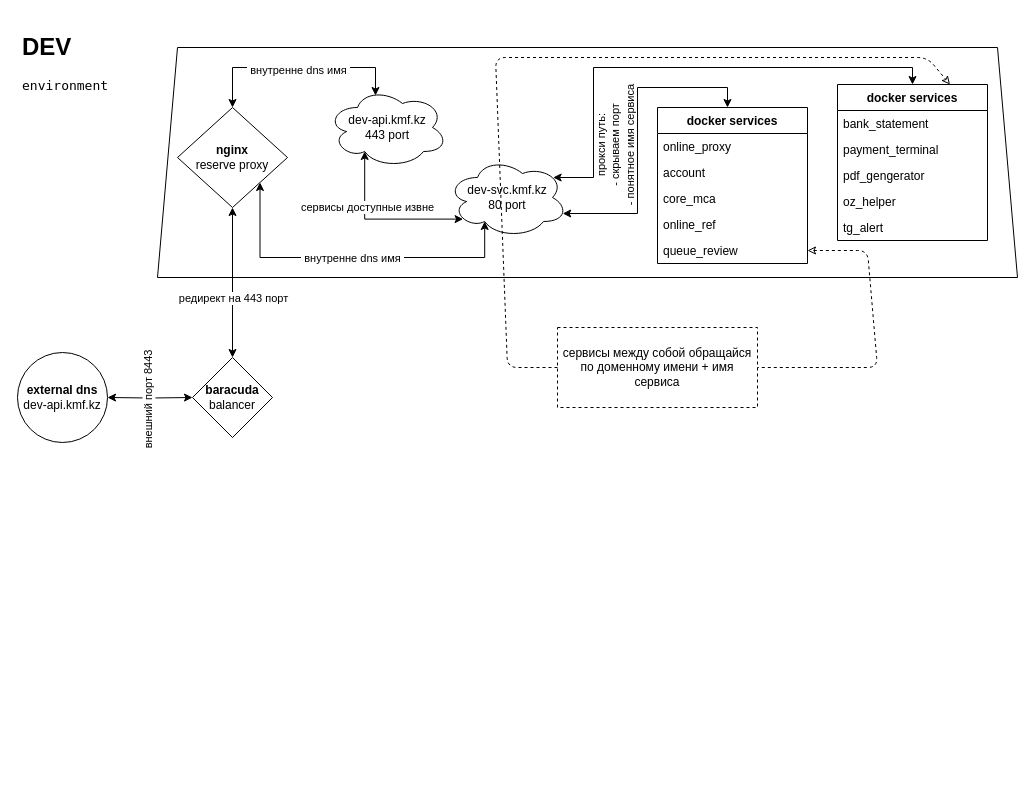
rzaripov1990/drawio keeps this draw.io diagram as dev.drawio. Above is the earlier version. Source tidied: cells renumbered, new cells numbered last; positions are measured from the earlier drawing's top-left corner, leaving out a move shared by most shapes. Both pictures are drawn from the tidied source at 100%, with x=0, y=0 at pixel (17, 27).
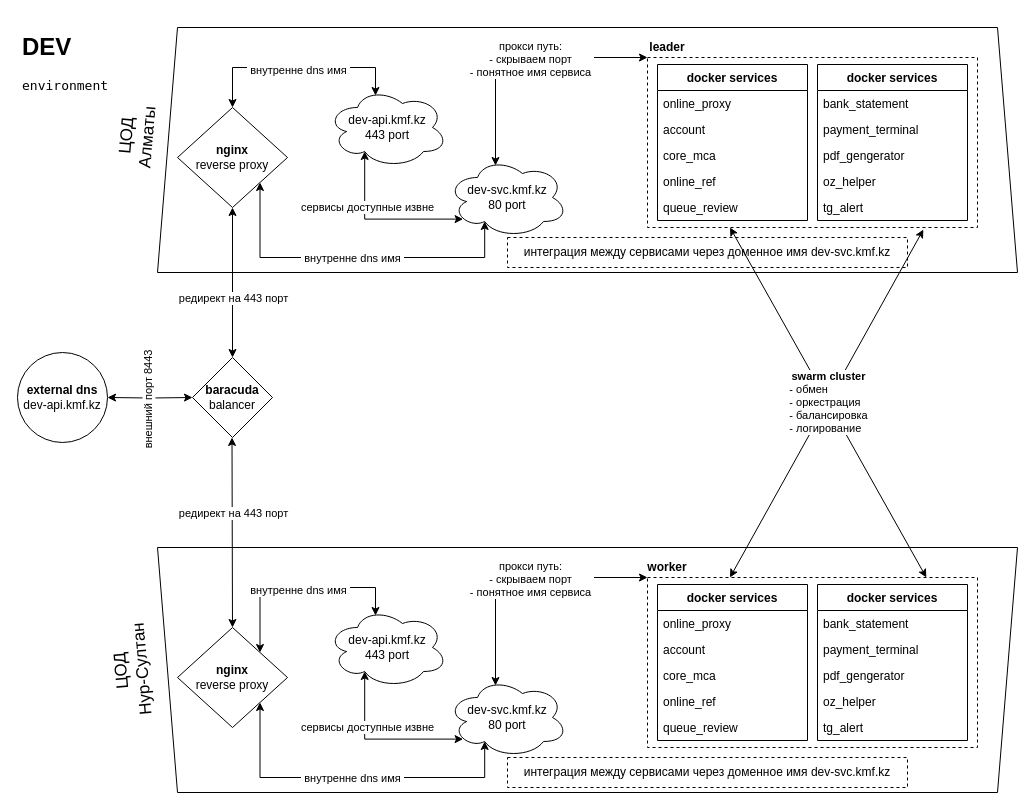
The same diagram, later.

The change refers to these unchanged cells:
```xml
<mxCell id="20" value="&lt;span&gt;dev-svc.kmf.kz&lt;br&gt;&lt;/span&gt;80 port" style="ellipse;shape=cloud;whiteSpace=wrap;html=1;" parent="1" vertex="1">
  <mxGeometry x="430" y="130" width="120" height="80" as="geometry" />
</mxCell>
<mxCell id="26" value="queue_review" style="text;strokeColor=none;fillColor=none;align=left;verticalAlign=top;spacingLeft=4;spacingRight=4;overflow=hidden;points=[[0,0.5],[1,0.5]];portConstraint=eastwest;" parent="21" vertex="1">
  <mxGeometry y="130" width="150" height="26" as="geometry" />
</mxCell>
```

Change to the diagram source:
```diff
@@
+    <mxCell id="7" style="shape=trapezoid;perimeter=trapezoidPerimeter;whiteSpace=wrap;html=1;fixedSize=1;" parent="1" vertex="1">
+      <mxGeometry x="140" width="860" height="245" as="geometry" />
+    </mxCell>
+    <mxCell id="37" style="rounded=0;whiteSpace=wrap;html=1;shadow=0;glass=0;dashed=1;sketch=0;strokeColor=#000000;fillColor=none;gradientColor=none;align=left;verticalAlign=top;" parent="1" vertex="1">
+      <mxGeometry x="630" y="30" width="330" height="170" as="geometry" />
+    </mxCell>
@@
-    <mxCell id="7" style="shape=trapezoid;perimeter=trapezoidPerimeter;whiteSpace=wrap;html=1;fixedSize=1;" parent="1" vertex="1">
-      <mxGeometry x="140" y="20" width="860" height="230" as="geometry" />
-    </mxCell>
@@
-    <mxCell id="17" value="&lt;b&gt;nginx&lt;/b&gt;&lt;br&gt;&lt;span&gt;reserve proxy&lt;/span&gt;" style="rhombus;whiteSpace=wrap;html=1;" parent="1" vertex="1">
+    <mxCell id="17" value="&lt;b&gt;nginx&lt;/b&gt;&lt;br&gt;&lt;span&gt;reverse proxy&lt;/span&gt;" style="rhombus;whiteSpace=wrap;html=1;" parent="1" vertex="1">
       <mxGeometry x="160" y="80" width="110" height="100" as="geometry" />
     </mxCell>
-    <mxCell id="18" style="edgeStyle=orthogonalEdgeStyle;rounded=0;jettySize=auto;html=1;exitX=0.88;exitY=0.25;exitDx=0;exitDy=0;exitPerimeter=0;entryX=0.5;entryY=0;entryDx=0;entryDy=0;startArrow=classic;startFill=1;" parent="1" edge="1" source="20" target="27">
-      <mxGeometry relative="1" as="geometry">
-        <Array as="points">
-          <mxPoint x="576" y="40" />
-          <mxPoint x="895" y="40" />
-        </Array>
-      </mxGeometry>
-    </mxCell>
-    <mxCell id="19" style="edgeStyle=orthogonalEdgeStyle;rounded=0;jettySize=auto;html=1;exitX=0.96;exitY=0.7;exitDx=0;exitDy=0;exitPerimeter=0;startArrow=classic;startFill=1;" parent="1" edge="1" source="20">
+    <mxCell id="19" style="edgeStyle=orthogonalEdgeStyle;rounded=0;jettySize=auto;html=1;exitX=0.4;exitY=0.1;exitDx=0;exitDy=0;exitPerimeter=0;startArrow=classic;startFill=1;entryX=0;entryY=0;entryDx=0;entryDy=0;" parent="1" edge="1" source="20" target="37">
       <mxGeometry relative="1" as="geometry">
-        <mxPoint x="710" y="80" as="targetPoint" />
         <Array as="points">
-          <mxPoint x="620" y="186" />
-          <mxPoint x="620" y="60" />
-          <mxPoint x="710" y="60" />
+          <mxPoint x="478" y="30" />
         </Array>
       </mxGeometry>
     </mxCell>
+    <mxCell id="38" value="&lt;span&gt;&amp;nbsp;прокси путь:&amp;nbsp;&lt;/span&gt;&lt;br&gt;&lt;span&gt;&amp;nbsp;- скрываем порт&amp;nbsp;&lt;/span&gt;&lt;br&gt;&lt;span&gt;&amp;nbsp;- понятное имя сервиса&amp;nbsp;&lt;/span&gt;" style="edgeLabel;html=1;align=center;verticalAlign=middle;" parent="19" vertex="1">
+      <mxGeometry x="0.05" y="-1" relative="1" as="geometry">
+        <mxPoint x="5" as="offset" />
+      </mxGeometry>
+    </mxCell>
@@
     <mxCell id="21" value="docker services" style="swimlane;fontStyle=1;horizontal=1;startSize=26;" parent="1" vertex="1">
-      <mxGeometry x="640" y="80" width="150" height="156" as="geometry" />
+      <mxGeometry x="640" y="37" width="150" height="156" as="geometry" />
     </mxCell>
@@
     <mxCell id="27" value="docker services" style="swimlane;fontStyle=1;horizontal=1;startSize=26;" parent="1" vertex="1">
-      <mxGeometry x="820" y="57" width="150" height="156" as="geometry" />
+      <mxGeometry x="800" y="37" width="150" height="156" as="geometry" />
     </mxCell>
@@
-    <mxCell id="33" value="&lt;span style=&quot;font-size: 11px ; background-color: rgb(255 , 255 , 255)&quot;&gt;&amp;nbsp;прокси путь:&amp;nbsp;&lt;/span&gt;&lt;br style=&quot;font-size: 11px ; background-color: rgb(255 , 255 , 255)&quot;&gt;&lt;span style=&quot;font-size: 11px ; background-color: rgb(255 , 255 , 255)&quot;&gt;- скрываем порт&lt;/span&gt;&lt;br style=&quot;font-size: 11px ; background-color: rgb(255 , 255 , 255)&quot;&gt;&lt;span style=&quot;font-size: 11px ; background-color: rgb(255 , 255 , 255)&quot;&gt;- понятное имя сервиса&lt;/span&gt;" style="text;html=1;strokeColor=none;fillColor=none;align=center;verticalAlign=middle;whiteSpace=wrap;rounded=0;rotation=-90;" parent="1" vertex="1">
-      <mxGeometry x="500" y="107.5" width="195" height="20" as="geometry" />
-    </mxCell>
-    <mxCell id="34" value="сервисы между собой обращайся по доменному имени + имя сервиса" style="text;html=1;align=center;verticalAlign=middle;whiteSpace=wrap;rounded=0;strokeColor=#000000;dashed=1;" parent="1" vertex="1">
-      <mxGeometry x="540" y="300" width="200" height="80" as="geometry" />
+    <mxCell id="34" value="интеграция между сервисами через доменное имя dev-svc.kmf.kz" style="text;html=1;align=center;verticalAlign=middle;whiteSpace=wrap;rounded=0;strokeColor=#000000;dashed=1;" parent="1" vertex="1">
+      <mxGeometry x="490" y="210" width="400" height="30" as="geometry" />
     </mxCell>
-    <mxCell id="35" style="endArrow=classic;dashed=1;html=1;exitX=0;exitY=0.5;exitDx=0;exitDy=0;entryX=0.75;entryY=0;entryDx=0;entryDy=0;startArrow=none;startFill=0;endFill=0;" parent="1" edge="1" source="34" target="27">
-      <mxGeometry relative="1" as="geometry">
-        <Array as="points">
-          <mxPoint x="490" y="340" />
-          <mxPoint x="478" y="30" />
-          <mxPoint x="910" y="30" />
-        </Array>
-      </mxGeometry>
-    </mxCell>
-    <mxCell id="36" style="endArrow=none;dashed=1;html=1;entryX=1;entryY=0.5;entryDx=0;entryDy=0;exitX=1;exitY=0.5;exitDx=0;exitDy=0;endFill=0;startArrow=classic;startFill=0;" parent="1" edge="1" source="26" target="34">
-      <mxGeometry relative="1" as="geometry">
-        <Array as="points">
-          <mxPoint x="850" y="223" />
-          <mxPoint x="860" y="340" />
-        </Array>
-      </mxGeometry>
-    </mxCell>
+    <mxCell id="39" value="&lt;b&gt;leader&lt;/b&gt;" style="text;html=1;strokeColor=none;fillColor=none;align=center;verticalAlign=middle;whiteSpace=wrap;rounded=0;shadow=0;glass=0;dashed=1;sketch=0;" parent="1" vertex="1">
+      <mxGeometry x="630" y="10" width="40" height="20" as="geometry" />
+    </mxCell>
+    <mxCell id="40" style="shape=trapezoid;perimeter=trapezoidPerimeter;whiteSpace=wrap;html=1;fixedSize=1;rotation=-180;" parent="1" vertex="1">
+      <mxGeometry x="140" y="520" width="860" height="245" as="geometry" />
+    </mxCell>
+    <mxCell id="41" style="rounded=0;whiteSpace=wrap;html=1;shadow=0;glass=0;dashed=1;sketch=0;strokeColor=#000000;fillColor=none;gradientColor=none;align=left;verticalAlign=top;" parent="1" vertex="1">
+      <mxGeometry x="630" y="550" width="330" height="170" as="geometry" />
+    </mxCell>
+    <mxCell id="42" style="edgeStyle=orthogonalEdgeStyle;rounded=0;jettySize=auto;html=1;exitX=0.31;exitY=0.8;exitDx=0;exitDy=0;exitPerimeter=0;entryX=0.13;entryY=0.77;entryDx=0;entryDy=0;entryPerimeter=0;startArrow=classic;startFill=1;" parent="1" edge="1" source="44" target="52">
+      <mxGeometry relative="1" as="geometry">
+        <Array as="points">
+          <mxPoint x="347" y="712" />
+        </Array>
+      </mxGeometry>
+    </mxCell>
+    <mxCell id="43" value="сервисы доступные извне" style="edgeLabel;html=1;align=center;verticalAlign=middle;" parent="42" vertex="1">
+      <mxGeometry y="4" relative="1" as="geometry">
+        <mxPoint x="-13" y="-8" as="offset" />
+      </mxGeometry>
+    </mxCell>
+    <mxCell id="44" value="dev-api.kmf.kz&lt;br&gt;443 port" style="ellipse;shape=cloud;whiteSpace=wrap;html=1;" parent="1" vertex="1">
+      <mxGeometry x="310" y="580" width="120" height="80" as="geometry" />
+    </mxCell>
+    <mxCell id="45" style="edgeStyle=orthogonalEdgeStyle;rounded=0;jettySize=auto;html=1;exitX=1;exitY=0;exitDx=0;exitDy=0;entryX=0.4;entryY=0.1;entryDx=0;entryDy=0;entryPerimeter=0;startArrow=classic;startFill=1;" parent="1" edge="1" source="49" target="44">
+      <mxGeometry relative="1" as="geometry">
+        <Array as="points">
+          <mxPoint x="243" y="560" />
+          <mxPoint x="358" y="560" />
+        </Array>
+      </mxGeometry>
+    </mxCell>
+    <mxCell id="46" value="&amp;nbsp;внутренне dns имя&amp;nbsp;" style="edgeLabel;html=1;align=center;verticalAlign=middle;" parent="45" vertex="1">
+      <mxGeometry y="-2" relative="1" as="geometry">
+        <mxPoint x="-1" as="offset" />
+      </mxGeometry>
+    </mxCell>
+    <mxCell id="47" style="edgeStyle=orthogonalEdgeStyle;rounded=0;jettySize=auto;html=1;exitX=1;exitY=1;exitDx=0;exitDy=0;startArrow=classic;startFill=1;entryX=0.31;entryY=0.8;entryDx=0;entryDy=0;entryPerimeter=0;" parent="1" edge="1" source="49" target="52">
+      <mxGeometry relative="1" as="geometry">
+        <Array as="points">
+          <mxPoint x="243" y="750" />
+          <mxPoint x="467" y="750" />
+        </Array>
+      </mxGeometry>
+    </mxCell>
+    <mxCell id="48" value="&amp;nbsp;внутренне dns имя&amp;nbsp;" style="edgeLabel;html=1;align=center;verticalAlign=middle;" parent="47" vertex="1">
+      <mxGeometry x="-0.34" relative="1" as="geometry">
+        <mxPoint x="56" as="offset" />
+      </mxGeometry>
+    </mxCell>
+    <mxCell id="49" value="&lt;b&gt;nginx&lt;/b&gt;&lt;br&gt;reverse&lt;span&gt;&amp;nbsp;proxy&lt;/span&gt;" style="rhombus;whiteSpace=wrap;html=1;" parent="1" vertex="1">
+      <mxGeometry x="160" y="600" width="110" height="100" as="geometry" />
+    </mxCell>
+    <mxCell id="50" style="edgeStyle=orthogonalEdgeStyle;rounded=0;jettySize=auto;html=1;exitX=0.4;exitY=0.1;exitDx=0;exitDy=0;exitPerimeter=0;startArrow=classic;startFill=1;entryX=0;entryY=0;entryDx=0;entryDy=0;" parent="1" edge="1" source="52" target="41">
+      <mxGeometry relative="1" as="geometry">
+        <Array as="points">
+          <mxPoint x="478" y="550" />
+        </Array>
+      </mxGeometry>
+    </mxCell>
+    <mxCell id="51" value="&lt;span&gt;&amp;nbsp;прокси путь:&amp;nbsp;&lt;/span&gt;&lt;br&gt;&lt;span&gt;&amp;nbsp;- скрываем порт&amp;nbsp;&lt;/span&gt;&lt;br&gt;&lt;span&gt;&amp;nbsp;- понятное имя сервиса&amp;nbsp;&lt;/span&gt;" style="edgeLabel;html=1;align=center;verticalAlign=middle;" parent="50" vertex="1">
+      <mxGeometry x="0.05" y="-1" relative="1" as="geometry">
+        <mxPoint x="5" as="offset" />
+      </mxGeometry>
+    </mxCell>
+    <mxCell id="52" value="&lt;span&gt;dev-svc.kmf.kz&lt;br&gt;&lt;/span&gt;80 port" style="ellipse;shape=cloud;whiteSpace=wrap;html=1;" parent="1" vertex="1">
+      <mxGeometry x="430" y="650" width="120" height="80" as="geometry" />
+    </mxCell>
+    <mxCell id="53" value="docker services" style="swimlane;fontStyle=1;horizontal=1;startSize=26;" parent="1" vertex="1">
+      <mxGeometry x="640" y="557" width="150" height="156" as="geometry" />
+    </mxCell>
+    <mxCell id="54" value="online_proxy" style="text;strokeColor=none;fillColor=none;align=left;verticalAlign=top;spacingLeft=4;spacingRight=4;overflow=hidden;" parent="53" vertex="1">
+      <mxGeometry y="26" width="150" height="26" as="geometry" />
+    </mxCell>
+    <mxCell id="55" value="account" style="text;strokeColor=none;fillColor=none;align=left;verticalAlign=top;spacingLeft=4;spacingRight=4;overflow=hidden;" parent="53" vertex="1">
+      <mxGeometry y="52" width="150" height="26" as="geometry" />
+    </mxCell>
+    <mxCell id="56" value="core_mca" style="text;strokeColor=none;fillColor=none;align=left;verticalAlign=top;spacingLeft=4;spacingRight=4;overflow=hidden;" parent="53" vertex="1">
+      <mxGeometry y="78" width="150" height="26" as="geometry" />
+    </mxCell>
+    <mxCell id="57" value="online_ref" style="text;strokeColor=none;fillColor=none;align=left;verticalAlign=top;spacingLeft=4;spacingRight=4;overflow=hidden;" parent="53" vertex="1">
+      <mxGeometry y="104" width="150" height="26" as="geometry" />
+    </mxCell>
+    <mxCell id="58" value="queue_review" style="text;strokeColor=none;fillColor=none;align=left;verticalAlign=top;spacingLeft=4;spacingRight=4;overflow=hidden;" parent="53" vertex="1">
+      <mxGeometry y="130" width="150" height="26" as="geometry" />
+    </mxCell>
+    <mxCell id="59" value="docker services" style="swimlane;fontStyle=1;horizontal=1;startSize=26;" parent="1" vertex="1">
+      <mxGeometry x="800" y="557" width="150" height="156" as="geometry" />
+    </mxCell>
+    <mxCell id="60" value="bank_statement" style="text;strokeColor=none;fillColor=none;align=left;verticalAlign=top;spacingLeft=4;spacingRight=4;overflow=hidden;" parent="59" vertex="1">
+      <mxGeometry y="26" width="150" height="26" as="geometry" />
+    </mxCell>
+    <mxCell id="61" value="payment_terminal" style="text;strokeColor=none;fillColor=none;align=left;verticalAlign=top;spacingLeft=4;spacingRight=4;overflow=hidden;" parent="59" vertex="1">
+      <mxGeometry y="52" width="150" height="26" as="geometry" />
+    </mxCell>
+    <mxCell id="62" value="pdf_gengerator" style="text;strokeColor=none;fillColor=none;align=left;verticalAlign=top;spacingLeft=4;spacingRight=4;overflow=hidden;" parent="59" vertex="1">
+      <mxGeometry y="78" width="150" height="26" as="geometry" />
+    </mxCell>
+    <mxCell id="63" value="oz_helper" style="text;strokeColor=none;fillColor=none;align=left;verticalAlign=top;spacingLeft=4;spacingRight=4;overflow=hidden;" parent="59" vertex="1">
+      <mxGeometry y="104" width="150" height="26" as="geometry" />
+    </mxCell>
+    <mxCell id="64" value="tg_alert" style="text;strokeColor=none;fillColor=none;align=left;verticalAlign=top;spacingLeft=4;spacingRight=4;overflow=hidden;" parent="59" vertex="1">
+      <mxGeometry y="130" width="150" height="26" as="geometry" />
+    </mxCell>
+    <mxCell id="65" value="интеграция между сервисами через доменное имя dev-svc.kmf.kz" style="text;html=1;align=center;verticalAlign=middle;whiteSpace=wrap;rounded=0;strokeColor=#000000;dashed=1;" parent="1" vertex="1">
+      <mxGeometry x="490" y="730" width="400" height="30" as="geometry" />
+    </mxCell>
+    <mxCell id="66" value="&lt;b&gt;worker&lt;/b&gt;" style="text;html=1;strokeColor=none;fillColor=none;align=center;verticalAlign=middle;whiteSpace=wrap;rounded=0;shadow=0;glass=0;dashed=1;sketch=0;" parent="1" vertex="1">
+      <mxGeometry x="630" y="530" width="40" height="20" as="geometry" />
+    </mxCell>
+    <mxCell id="67" style="edgeStyle=orthogonalEdgeStyle;rounded=0;jettySize=auto;html=1;exitX=0.5;exitY=0;exitDx=0;exitDy=0;startArrow=classic;startFill=1;entryX=0.5;entryY=1;entryDx=0;entryDy=0;" parent="1" edge="1" source="49">
+      <mxGeometry relative="1" as="geometry">
+        <mxPoint x="214.5" y="410" as="targetPoint" />
+      </mxGeometry>
+    </mxCell>
+    <mxCell id="68" value="редирект на 443 порт" style="edgeLabel;html=1;align=center;verticalAlign=middle;" parent="67" vertex="1">
+      <mxGeometry x="-0.27" y="-1" relative="1" as="geometry">
+        <mxPoint y="-45" as="offset" />
+      </mxGeometry>
+    </mxCell>
+    <mxCell id="69" style="endArrow=classic;startArrow=classic;html=1;entryX=0.25;entryY=1;entryDx=0;entryDy=0;exitX=0.845;exitY=0;exitDx=0;exitDy=0;exitPerimeter=0;" parent="1" edge="1" source="41" target="37">
+      <mxGeometry relative="1" as="geometry" />
+    </mxCell>
+    <mxCell id="70" style="endArrow=classic;startArrow=classic;html=1;entryX=0.836;entryY=1.012;entryDx=0;entryDy=0;exitX=0.25;exitY=0;exitDx=0;exitDy=0;entryPerimeter=0;" parent="1" edge="1" source="41" target="37">
+      <mxGeometry relative="1" as="geometry" />
+    </mxCell>
+    <mxCell id="71" value="&lt;b&gt;swarm&amp;nbsp;cluster &lt;/b&gt;&lt;br&gt;&lt;div style=&quot;text-align: left&quot;&gt;- обмен&lt;/div&gt;&lt;div style=&quot;text-align: left&quot;&gt;- оркестрация&amp;nbsp;&lt;/div&gt;- балансировка&lt;br&gt;&lt;div style=&quot;text-align: left&quot;&gt;- логирование&lt;/div&gt;" style="edgeLabel;html=1;align=center;verticalAlign=middle;" parent="70" vertex="1">
+      <mxGeometry x="0.01" relative="1" as="geometry" />
+    </mxCell>
+    <mxCell id="72" value="ЦОД Алматы" style="text;html=1;strokeColor=none;fillColor=none;align=center;verticalAlign=middle;whiteSpace=wrap;rounded=0;shadow=0;glass=0;dashed=1;sketch=0;rotation=-85;fontStyle=0;fontSize=17;" parent="1" vertex="1">
+      <mxGeometry x="75" y="89.1" width="90" height="40" as="geometry" />
+    </mxCell>
+    <mxCell id="73" value="ЦОД &lt;br&gt;Нур-Султан" style="text;html=1;strokeColor=none;fillColor=none;align=center;verticalAlign=middle;whiteSpace=wrap;rounded=0;shadow=0;glass=0;dashed=1;sketch=0;rotation=-95;fontStyle=0;fontSize=17;" parent="1" vertex="1">
+      <mxGeometry x="40" y="617.4" width="150" height="50.1" as="geometry" />
+    </mxCell>
```
